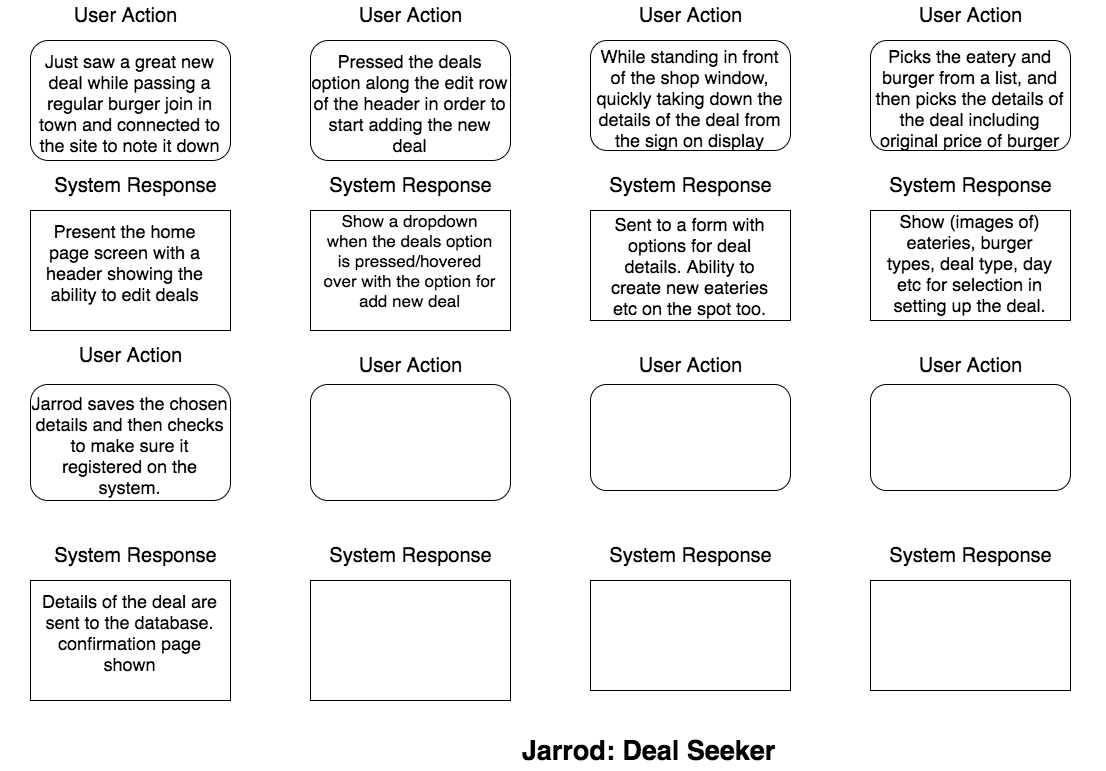
Earlier version of the draw.io export planning/user_journey_deal_seeker.png (dinhosang/cc_project_1_burger_deals). Source tidied: cells renumbered, new cells last; positions are measured from the earlier drawing's top-left corner, leaving out a move shared by most shapes.
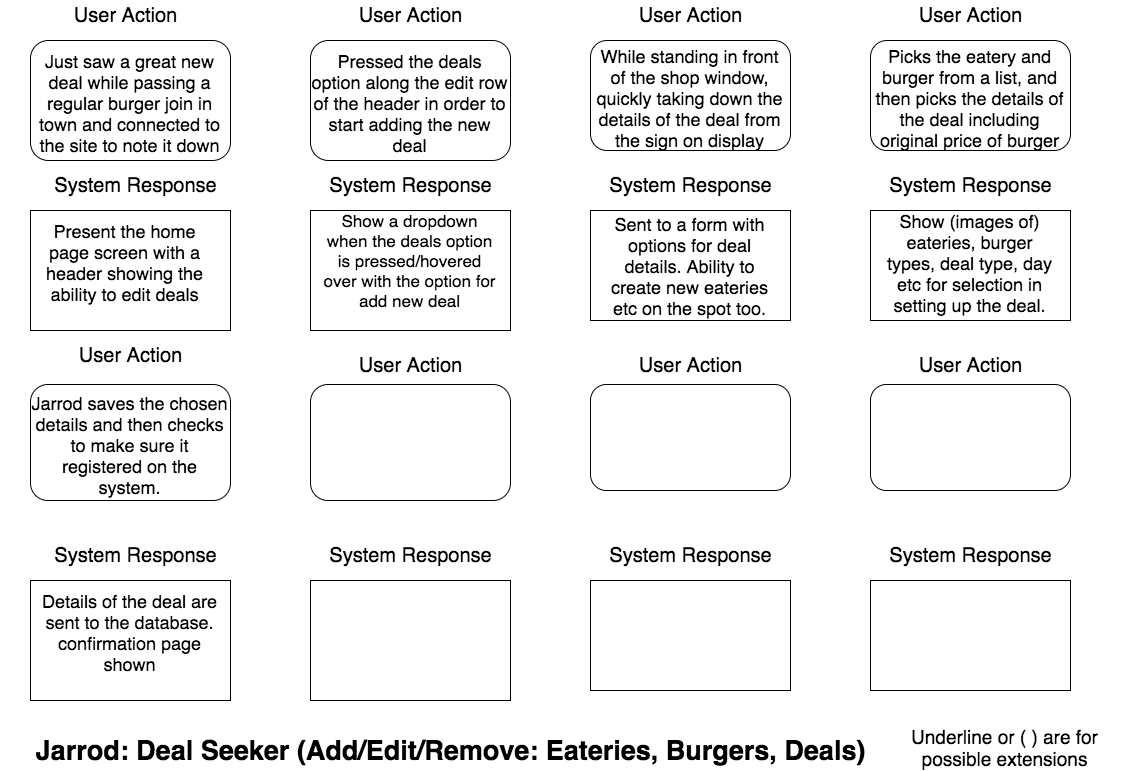
Later version of the same file.

Diff of the diagram source:
```diff
@@ -113,8 +113,11 @@
     <mxCell id="38" value="&lt;font style=&quot;font-size: 20px&quot;&gt;User Action&lt;/font&gt;" style="text;html=1;strokeColor=none;fillColor=none;align=center;verticalAlign=middle;whiteSpace=wrap;rounded=0;" parent="1" vertex="1">
       <mxGeometry x="595" width="190" height="30" as="geometry" />
     </mxCell>
-    <mxCell id="39" value="&lt;b&gt;&lt;font style=&quot;font-size: 27px&quot;&gt;Jarrod: Deal Seeker&lt;/font&gt;&lt;/b&gt;" style="text;html=1;strokeColor=none;fillColor=none;align=center;verticalAlign=middle;whiteSpace=wrap;rounded=0;" parent="1" vertex="1">
-      <mxGeometry x="235" y="730" width="825" height="40" as="geometry" />
+    <mxCell id="39" value="&lt;b&gt;&lt;font style=&quot;font-size: 27px&quot;&gt;Jarrod: Deal Seeker (Add/Edit/Remove: Eateries, Burgers, Deals)&lt;/font&gt;&lt;/b&gt;" style="text;html=1;strokeColor=none;fillColor=none;align=center;verticalAlign=middle;whiteSpace=wrap;rounded=0;" parent="1" vertex="1">
+      <mxGeometry x="30" y="730" width="840" height="40" as="geometry" />
     </mxCell>
+    <mxCell id="40" value="&lt;font style=&quot;font-size: 19px&quot;&gt;Underline or ( ) are for possible extensions&lt;/font&gt;" style="text;html=1;strokeColor=none;fillColor=none;align=center;verticalAlign=middle;whiteSpace=wrap;rounded=0;" parent="1" vertex="1">
+      <mxGeometry x="890" y="720" width="230" height="50" as="geometry" />
+    </mxCell>
   </root>
 </mxGraphModel>
```
